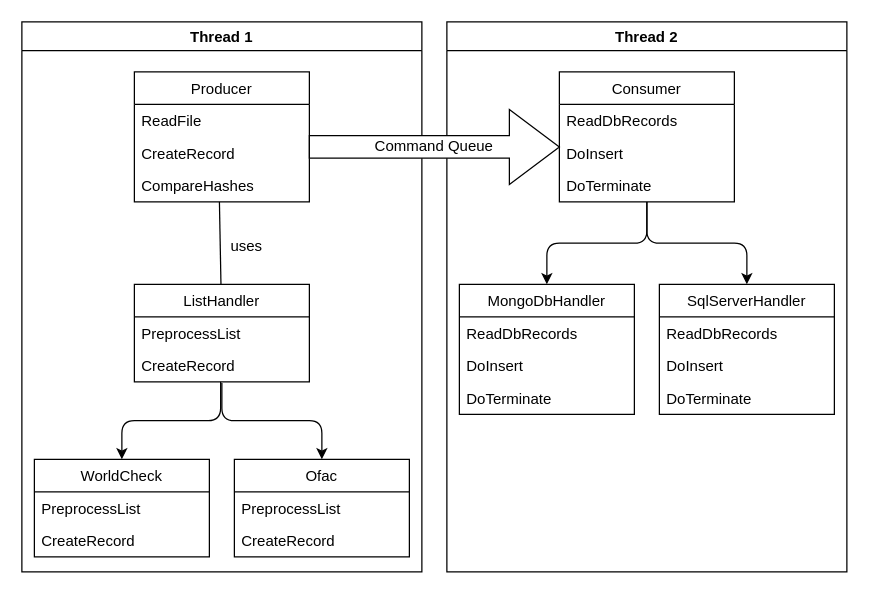
This is Diagrams/AnaSys/CoFi/ListImport-Producer-Consumer.drawio from feifel/notion, a draw.io file, before an edit. Source tidied: cells renumbered, new cells numbered last; positions are measured from the earlier drawing's top-left corner, leaving out a move shared by most shapes. Both pictures are drawn from the tidied source at 125%, with x=0, y=0 at pixel (21, 21).
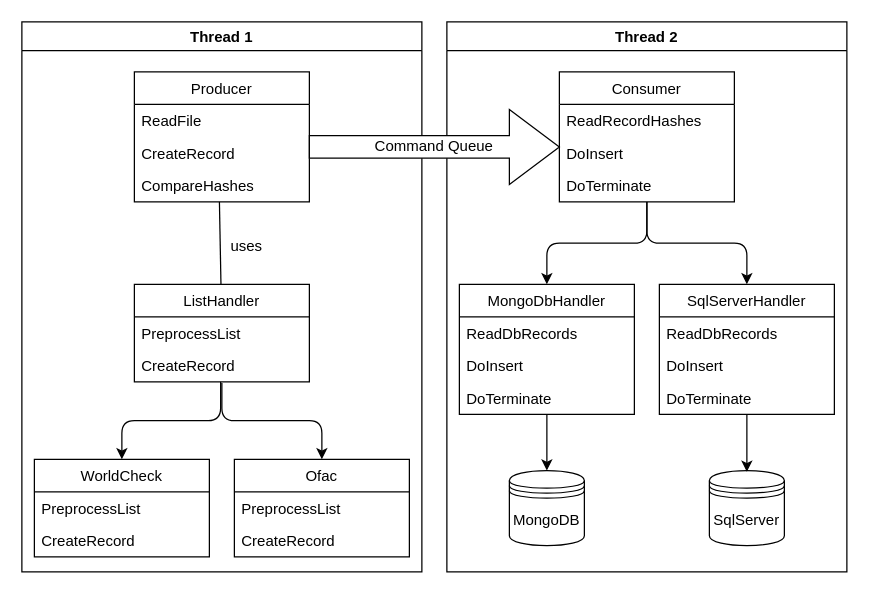
Above is the later version.

Unchanged cells that the change refers to:
```xml
<mxCell id="7" value="Thread 2" style="swimlane;" parent="1" vertex="1">
  <mxGeometry x="340" width="320" height="440" as="geometry" />
</mxCell>
<mxCell id="8" value="Consumer" style="swimlane;fontStyle=0;horizontal=1;startSize=26;fillColor=none;" parent="7" vertex="1">
  <mxGeometry x="90" y="40" width="140" height="104" as="geometry" />
</mxCell>
<mxCell id="28" value="DoTerminate" style="text;strokeColor=none;fillColor=none;align=left;verticalAlign=top;spacingLeft=4;spacingRight=4;overflow=hidden;points=[[0,0.5],[1,0.5]];portConstraint=eastwest;" parent="25" vertex="1">
  <mxGeometry y="78" width="140" height="26" as="geometry" />
</mxCell>
<mxCell id="33" value="DoTerminate" style="text;strokeColor=none;fillColor=none;align=left;verticalAlign=top;spacingLeft=4;spacingRight=4;overflow=hidden;points=[[0,0.5],[1,0.5]];portConstraint=eastwest;" parent="30" vertex="1">
  <mxGeometry y="78" width="140" height="26" as="geometry" />
</mxCell>
```

What changed in the source:
```diff
@@
-    <mxCell id="9" value="ReadDbRecords" style="text;strokeColor=none;fillColor=none;align=left;verticalAlign=top;spacingLeft=4;spacingRight=4;overflow=hidden;" parent="8" vertex="1">
+    <mxCell id="9" value="ReadRecordHashes" style="text;strokeColor=none;fillColor=none;align=left;verticalAlign=top;spacingLeft=4;spacingRight=4;overflow=hidden;" parent="8" vertex="1">
       <mxGeometry y="26" width="140" height="26" as="geometry" />
     </mxCell>
@@
+    <mxCell id="36" value="MongoDB" style="shape=datastore;whiteSpace=wrap;html=1;" parent="7" vertex="1">
+      <mxGeometry x="50" y="359" width="60" height="60" as="geometry" />
+    </mxCell>
+    <mxCell id="37" value="SqlServer" style="shape=datastore;whiteSpace=wrap;html=1;" parent="7" vertex="1">
+      <mxGeometry x="210" y="359" width="60" height="60" as="geometry" />
+    </mxCell>
@@
+    <mxCell id="38" style="endArrow=classic;html=1;entryX=0.5;entryY=0;entryDx=0;entryDy=0;" parent="1" edge="1" source="28" target="36">
+      <mxGeometry relative="1" as="geometry" />
+    </mxCell>
+    <mxCell id="39" style="endArrow=classic;html=1;" parent="1" edge="1" source="33">
+      <mxGeometry relative="1" as="geometry">
+        <mxPoint x="580" y="360" as="targetPoint" />
+      </mxGeometry>
+    </mxCell>
```
